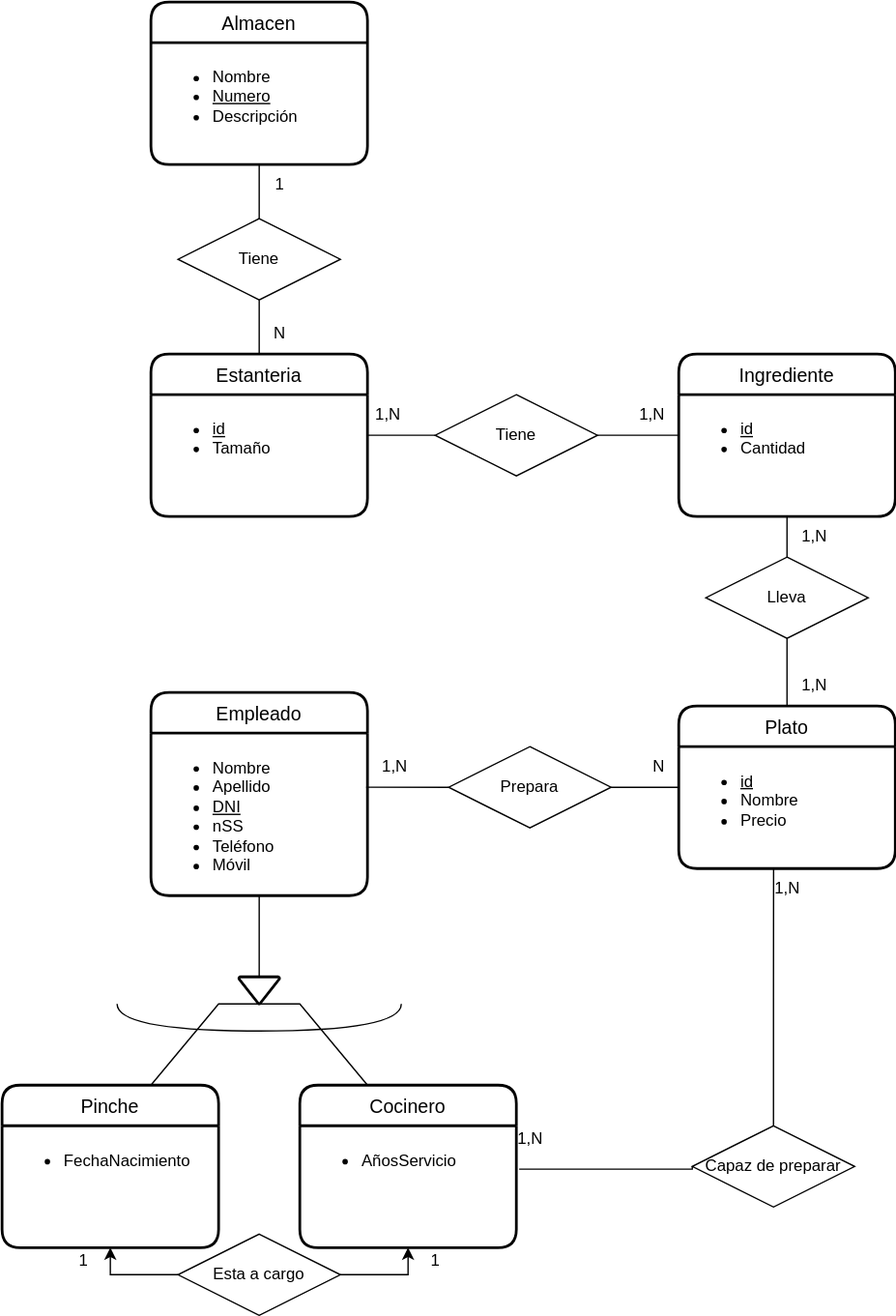
The draw.io diagram UD12-13.svg in Jimxx22/C3-UD11-UML, before a commit. Source tidied: cells renumbered, new cells last; positions are measured from the earlier drawing's top-left corner, leaving out a move shared by most shapes.
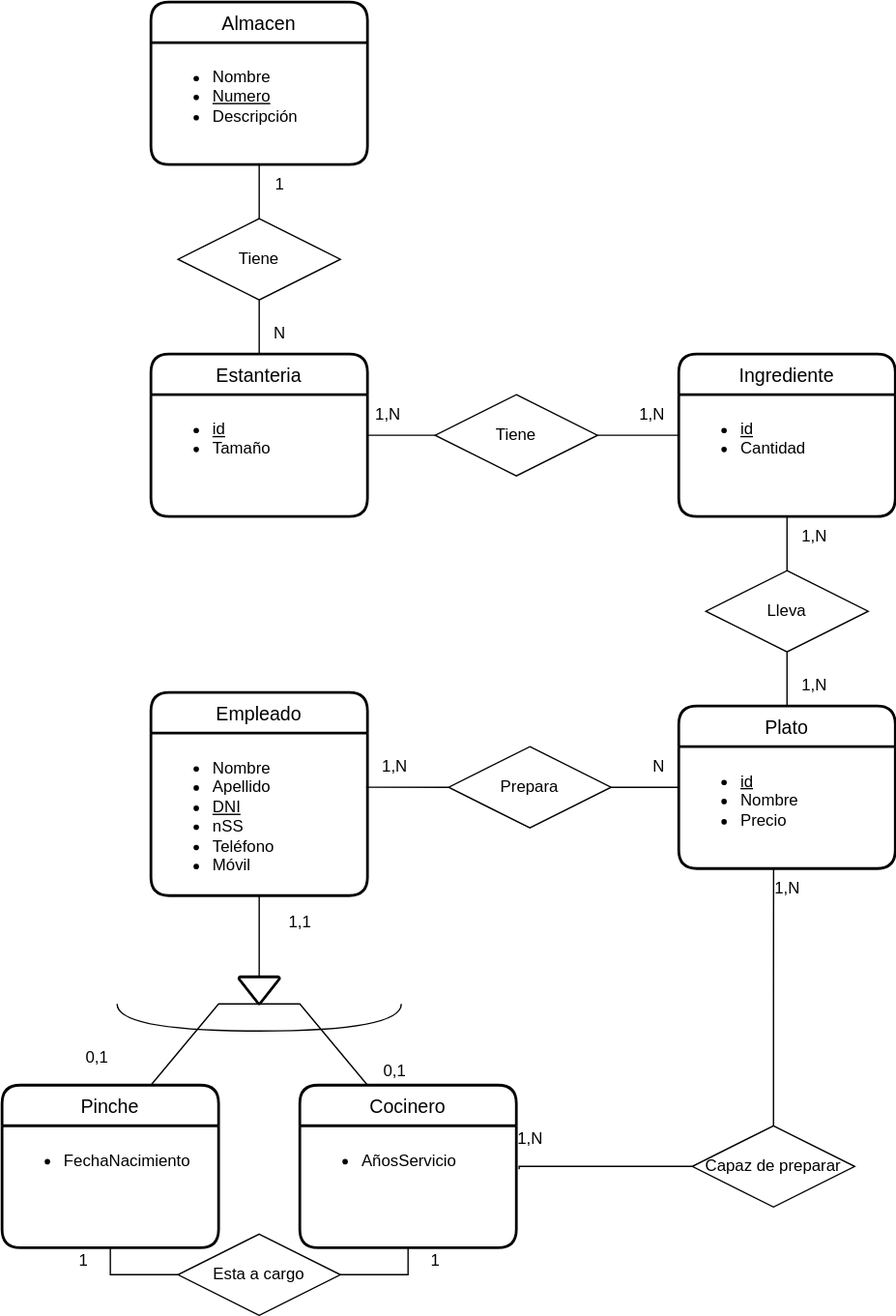
The same diagram one commit later.

Change to the diagram source:
```diff
@@ -54,7 +54,7 @@
       <mxGeometry relative="1" as="geometry" />
     </mxCell>
     <mxCell id="19" value="Lleva" style="shape=rhombus;perimeter=rhombusPerimeter;whiteSpace=wrap;html=1;align=center;" parent="1" vertex="1">
-      <mxGeometry x="520" y="410" width="120" height="60" as="geometry" />
+      <mxGeometry x="520" y="420" width="120" height="60" as="geometry" />
     </mxCell>
     <mxCell id="20" value="Tiene" style="shape=rhombus;perimeter=rhombusPerimeter;whiteSpace=wrap;html=1;align=center;" parent="1" vertex="1">
       <mxGeometry x="320" y="290" width="120" height="60" as="geometry" />
@@ -131,10 +131,10 @@
     <mxCell id="41" value="1,N" style="text;html=1;align=center;verticalAlign=middle;strokeColor=none;fillColor=none;" parent="1" vertex="1">
       <mxGeometry x="270" y="550" width="40" height="30" as="geometry" />
     </mxCell>
-    <mxCell id="42" style="rounded=0;jettySize=auto;html=1;exitX=0;exitY=0.5;exitDx=0;exitDy=0;entryX=0.5;entryY=1;entryDx=0;entryDy=0;strokeColor=default;edgeStyle=orthogonalEdgeStyle;" parent="1" edge="1" source="44" target="7">
+    <mxCell id="42" style="rounded=0;jettySize=auto;html=1;exitX=0;exitY=0.5;exitDx=0;exitDy=0;entryX=0.5;entryY=1;entryDx=0;entryDy=0;strokeColor=default;edgeStyle=orthogonalEdgeStyle;endArrow=none;endFill=0;" parent="1" edge="1" source="44" target="7">
       <mxGeometry relative="1" as="geometry" />
     </mxCell>
-    <mxCell id="43" style="edgeStyle=orthogonalEdgeStyle;rounded=0;jettySize=auto;html=1;exitX=1;exitY=0.5;exitDx=0;exitDy=0;entryX=0.5;entryY=1;entryDx=0;entryDy=0;strokeColor=default;" parent="1" edge="1" source="44" target="5">
+    <mxCell id="43" style="edgeStyle=orthogonalEdgeStyle;rounded=0;jettySize=auto;html=1;exitX=1;exitY=0.5;exitDx=0;exitDy=0;entryX=0.5;entryY=1;entryDx=0;entryDy=0;strokeColor=default;endArrow=none;endFill=0;" parent="1" edge="1" source="44" target="5">
       <mxGeometry relative="1" as="geometry" />
     </mxCell>
     <mxCell id="44" value="Esta a cargo" style="shape=rhombus;perimeter=rhombusPerimeter;whiteSpace=wrap;html=1;align=center;" parent="1" vertex="1">
@@ -149,7 +149,7 @@
     <mxCell id="47" style="edgeStyle=orthogonalEdgeStyle;rounded=0;jettySize=auto;html=1;exitX=0;exitY=0.5;exitDx=0;exitDy=0;entryX=1.013;entryY=0.356;entryDx=0;entryDy=0;entryPerimeter=0;strokeColor=default;endArrow=none;endFill=0;" parent="1" edge="1" source="49" target="5">
       <mxGeometry relative="1" as="geometry">
         <Array as="points">
-          <mxPoint x="510" y="862" />
+          <mxPoint x="382" y="860" />
         </Array>
       </mxGeometry>
     </mxCell>
@@ -165,5 +165,14 @@
     <mxCell id="51" value="1,N" style="text;html=1;align=center;verticalAlign=middle;strokeColor=none;fillColor=none;" parent="1" vertex="1">
       <mxGeometry x="560" y="640" width="40" height="30" as="geometry" />
     </mxCell>
+    <mxCell id="52" value="1,1" style="text;html=1;align=center;verticalAlign=middle;strokeColor=none;fillColor=none;" parent="1" vertex="1">
+      <mxGeometry x="200" y="665" width="40" height="30" as="geometry" />
+    </mxCell>
+    <mxCell id="53" value="0,1" style="text;html=1;align=center;verticalAlign=middle;strokeColor=none;fillColor=none;" parent="1" vertex="1">
+      <mxGeometry x="270" y="775" width="40" height="30" as="geometry" />
+    </mxCell>
+    <mxCell id="54" value="0,1" style="text;html=1;align=center;verticalAlign=middle;strokeColor=none;fillColor=none;" parent="1" vertex="1">
+      <mxGeometry x="50" y="765" width="40" height="30" as="geometry" />
+    </mxCell>
   </root>
 </mxGraphModel>
```
